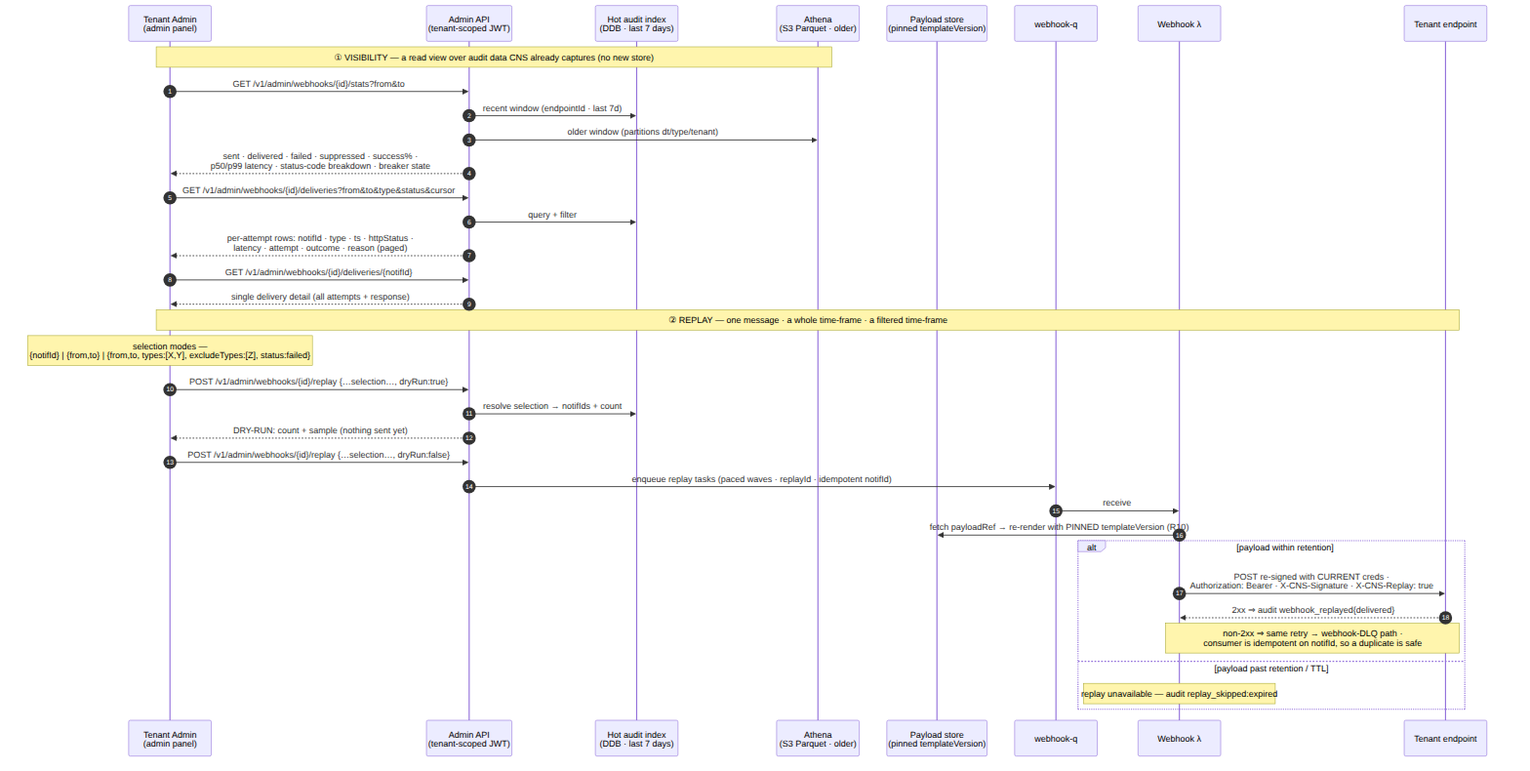
The Mermaid diagram diagrams/f12_webhook_admin.png in yaronyudov/CentralNotificationService, before a commit. Its source is kept beside it as diagrams/f12_webhook_admin.mmd. Its diagram source:
```mermaid
sequenceDiagram
    autonumber
    participant AD as Tenant Admin<br/>(admin panel)
    participant API as Admin API<br/>(tenant-scoped JWT)
    participant HOT as Hot audit index<br/>(DDB · last 7 days)
    participant ATH as Athena<br/>(S3 Parquet · older)
    participant PS as Payload store<br/>(pinned templateVersion)
    participant WQ as webhook-q
    participant WH as Webhook λ
    participant EP as Tenant endpoint

    Note over AD,ATH: ① VISIBILITY — a read view over audit data CNS already captures (no new store)
    AD->>API: GET /v1/admin/webhooks/{id}/stats?from&to
    API->>HOT: recent window (endpointId · last 7d)
    API->>ATH: older window (partitions dt/type/tenant)
    API-->>AD: sent · delivered · failed · suppressed · success% ·<br/>p50/p99 latency · status-code breakdown · breaker state
    AD->>API: GET /v1/admin/webhooks/{id}/deliveries?from&to&type&status&cursor
    API->>HOT: query + filter
    API-->>AD: per-attempt rows: notifId · type · ts · httpStatus ·<br/>latency · attempt · outcome · reason (paged)
    AD->>API: GET /v1/admin/webhooks/{id}/deliveries/{notifId}
    API-->>AD: single delivery detail (all attempts + response)

    Note over AD,EP: ② REPLAY — one message · a whole time-frame · a filtered time-frame
    Note over AD: selection modes —<br/>{notifId} | {from,to} | {from,to, types:[X,Y], excludeTypes:[Z], status:failed}
    AD->>API: POST /v1/admin/webhooks/{id}/replay {…selection…, dryRun:true}
    API->>HOT: resolve selection → notifIds + count
    API-->>AD: DRY-RUN: count + sample (nothing sent yet)
    AD->>API: POST /v1/admin/webhooks/{id}/replay {…selection…, dryRun:false}
    API->>WQ: enqueue replay tasks (paced waves · replayId · idempotent notifId)
    WQ->>WH: receive
    WH->>PS: fetch payloadRef → re-render with PINNED templateVersion (R10)
    alt payload within retention
        WH->>EP: POST re-signed with CURRENT creds ·<br/>Authorization: Bearer · X-CNS-Signature · X-CNS-Replay: true
        EP-->>WH: 2xx ⇒ audit webhook_replayed{delivered}
        Note over WH,EP: non-2xx ⇒ same retry → webhook-DLQ path ·<br/>consumer is idempotent on notifId, so a duplicate is safe
    else payload past retention / TTL
        Note over WH: replay unavailable — audit replay_skipped:expired
    end
```
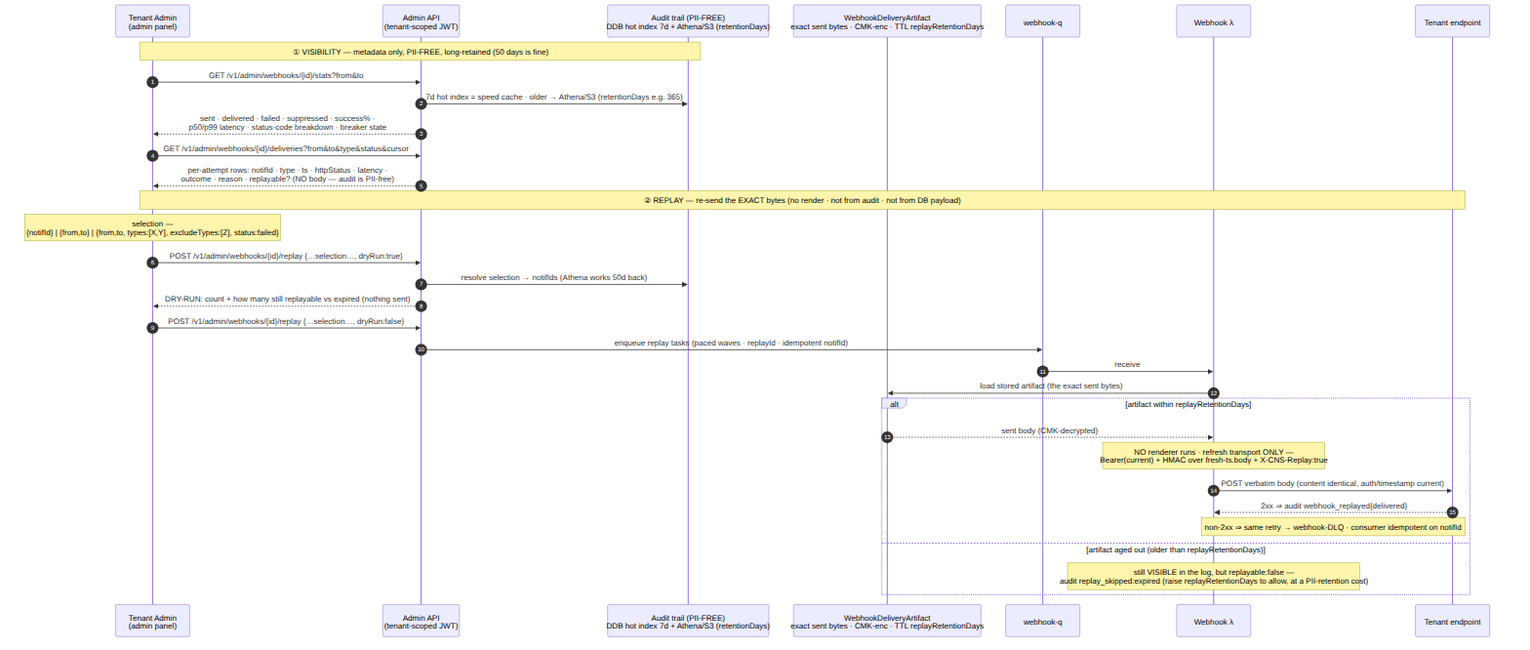
After the change.

Commit message:
Fix replay: re-send stored artifact verbatim (not re-render, not from PII-free audit)

What changed in the source:
```diff
@@ -2,37 +2,34 @@
     autonumber
     participant AD as Tenant Admin<br/>(admin panel)
     participant API as Admin API<br/>(tenant-scoped JWT)
-    participant HOT as Hot audit index<br/>(DDB · last 7 days)
-    participant ATH as Athena<br/>(S3 Parquet · older)
-    participant PS as Payload store<br/>(pinned templateVersion)
+    participant HOT as Audit trail (PII-FREE)<br/>DDB hot index 7d + Athena/S3 (retentionDays)
+    participant ART as WebhookDeliveryArtifact<br/>exact sent bytes · CMK-enc · TTL replayRetentionDays
     participant WQ as webhook-q
     participant WH as Webhook λ
     participant EP as Tenant endpoint
 
-    Note over AD,ATH: ① VISIBILITY — a read view over audit data CNS already captures (no new store)
+    Note over AD,HOT: ① VISIBILITY — metadata only, PII-FREE, long-retained (50 days is fine)
     AD->>API: GET /v1/admin/webhooks/{id}/stats?from&to
-    API->>HOT: recent window (endpointId · last 7d)
-    API->>ATH: older window (partitions dt/type/tenant)
+    API->>HOT: 7d hot index = speed cache · older → Athena/S3 (retentionDays e.g. 365)
     API-->>AD: sent · delivered · failed · suppressed · success% ·<br/>p50/p99 latency · status-code breakdown · breaker state
     AD->>API: GET /v1/admin/webhooks/{id}/deliveries?from&to&type&status&cursor
-    API->>HOT: query + filter
-    API-->>AD: per-attempt rows: notifId · type · ts · httpStatus ·<br/>latency · attempt · outcome · reason (paged)
-    AD->>API: GET /v1/admin/webhooks/{id}/deliveries/{notifId}
-    API-->>AD: single delivery detail (all attempts + response)
+    API-->>AD: per-attempt rows: notifId · type · ts · httpStatus · latency ·<br/>outcome · reason · replayable? (NO body — audit is PII-free)
 
-    Note over AD,EP: ② REPLAY — one message · a whole time-frame · a filtered time-frame
-    Note over AD: selection modes —<br/>{notifId} | {from,to} | {from,to, types:[X,Y], excludeTypes:[Z], status:failed}
+    Note over AD,EP: ② REPLAY — re-send the EXACT bytes (no render · not from audit · not from DB payload)
+    Note over AD: selection —<br/>{notifId} | {from,to} | {from,to, types:[X,Y], excludeTypes:[Z], status:failed}
     AD->>API: POST /v1/admin/webhooks/{id}/replay {…selection…, dryRun:true}
-    API->>HOT: resolve selection → notifIds + count
-    API-->>AD: DRY-RUN: count + sample (nothing sent yet)
+    API->>HOT: resolve selection → notifIds (Athena works 50d back)
+    API-->>AD: DRY-RUN: count + how many still replayable vs expired (nothing sent)
     AD->>API: POST /v1/admin/webhooks/{id}/replay {…selection…, dryRun:false}
     API->>WQ: enqueue replay tasks (paced waves · replayId · idempotent notifId)
     WQ->>WH: receive
-    WH->>PS: fetch payloadRef → re-render with PINNED templateVersion (R10)
-    alt payload within retention
-        WH->>EP: POST re-signed with CURRENT creds ·<br/>Authorization: Bearer · X-CNS-Signature · X-CNS-Replay: true
+    WH->>ART: load stored artifact (the exact sent bytes)
+    alt artifact within replayRetentionDays
+        ART-->>WH: sent body (CMK-decrypted)
+        Note over WH: NO renderer runs · refresh transport ONLY —<br/>Bearer(current) + HMAC over fresh-ts.body + X-CNS-Replay:true
+        WH->>EP: POST verbatim body (content identical, auth/timestamp current)
         EP-->>WH: 2xx ⇒ audit webhook_replayed{delivered}
-        Note over WH,EP: non-2xx ⇒ same retry → webhook-DLQ path ·<br/>consumer is idempotent on notifId, so a duplicate is safe
-    else payload past retention / TTL
-        Note over WH: replay unavailable — audit replay_skipped:expired
+        Note over WH,EP: non-2xx ⇒ same retry → webhook-DLQ · consumer idempotent on notifId
+    else artifact aged out (older than replayRetentionDays)
+        Note over WH: still VISIBLE in the log, but replayable:false —<br/>audit replay_skipped:expired (raise replayRetentionDays to allow, at a PII-retention cost)
     end
```
